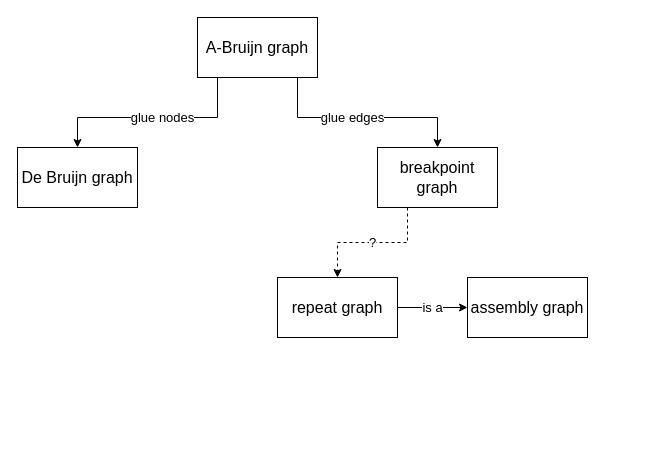
This is literature/further_information/plot_explanations.drawio from LKress/ASA, a draw.io file, before an edit. Source tidied: cells renumbered, new cells numbered last; positions are measured from the earlier drawing's top-left corner, leaving out a move shared by most shapes. Both pictures are drawn from the tidied source at 100%, with x=0, y=0 at pixel (17, 17).
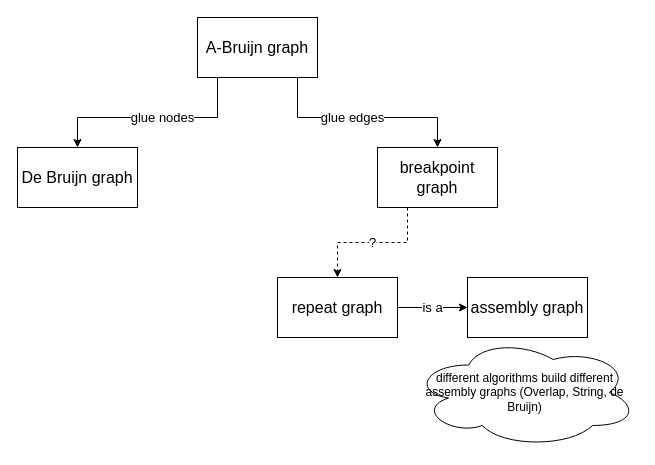
After the change.

Diff of the diagram source:
```diff
@@
 <mxGraphModel>
   <root>
     <mxCell id="0" />
     <mxCell id="1" parent="0" />
     <mxCell id="2" value="glue nodes" style="edgeStyle=orthogonalEdgeStyle;rounded=0;jettySize=auto;html=1;exitX=0;exitY=1;exitDx=0;exitDy=0;fontSize=13;" parent="1" edge="1" source="4" target="5">
       <mxGeometry relative="1" as="geometry">
         <Array as="points">
           <mxPoint x="200" y="60" />
           <mxPoint x="200" y="100" />
           <mxPoint x="60" y="100" />
         </Array>
       </mxGeometry>
     </mxCell>
     <mxCell id="3" value="glue edges" style="edgeStyle=orthogonalEdgeStyle;rounded=0;jettySize=auto;html=1;exitX=1;exitY=1;exitDx=0;exitDy=0;fontSize=13;" parent="1" edge="1" source="4" target="8">
       <mxGeometry relative="1" as="geometry">
         <Array as="points">
           <mxPoint x="280" y="60" />
           <mxPoint x="280" y="100" />
           <mxPoint x="420" y="100" />
         </Array>
       </mxGeometry>
     </mxCell>
     <mxCell id="4" value="A-Bruijn graph" style="rounded=0;whiteSpace=wrap;html=1;fontSize=16;" parent="1" vertex="1">
       <mxGeometry x="180" width="120" height="60" as="geometry" />
     </mxCell>
     <mxCell id="5" value="De Bruijn graph" style="rounded=0;whiteSpace=wrap;html=1;fontSize=16;" parent="1" vertex="1">
       <mxGeometry y="130" width="120" height="60" as="geometry" />
     </mxCell>
     <mxCell id="6" style="edgeStyle=orthogonalEdgeStyle;rounded=0;jettySize=auto;html=1;exitX=0.25;exitY=1;exitDx=0;exitDy=0;entryX=0.75;entryY=0;entryDx=0;entryDy=0;jumpStyle=gap;strokeColor=none;fontSize=13;" parent="1" edge="1" source="8" target="11">
       <mxGeometry relative="1" as="geometry" />
     </mxCell>
     <mxCell id="7" value="?" style="edgeStyle=orthogonalEdgeStyle;rounded=0;jumpStyle=gap;jettySize=auto;html=1;exitX=0.25;exitY=1;exitDx=0;exitDy=0;dashed=1;fontSize=13;" parent="1" edge="1" source="8" target="10">
       <mxGeometry relative="1" as="geometry" />
     </mxCell>
     <mxCell id="8" value="breakpoint graph" style="rounded=0;whiteSpace=wrap;html=1;fontSize=16;" parent="1" vertex="1">
       <mxGeometry x="360" y="130" width="120" height="60" as="geometry" />
     </mxCell>
     <mxCell id="9" value="is a" style="edgeStyle=orthogonalEdgeStyle;rounded=0;jettySize=auto;html=1;exitX=1;exitY=0.5;exitDx=0;exitDy=0;fontSize=13;" parent="1" edge="1" source="10" target="11">
       <mxGeometry relative="1" as="geometry" />
     </mxCell>
     <mxCell id="10" value="repeat graph" style="rounded=0;whiteSpace=wrap;html=1;fontSize=16;" parent="1" vertex="1">
       <mxGeometry x="260" y="260" width="120" height="60" as="geometry" />
     </mxCell>
     <mxCell id="11" value="assembly graph" style="rounded=0;whiteSpace=wrap;html=1;fontSize=16;" parent="1" vertex="1">
       <mxGeometry x="450" y="260" width="120" height="60" as="geometry" />
     </mxCell>
+    <mxCell id="12" value="different algorithms build different assembly graphs (Overlap, String, de Bruijn)" style="ellipse;shape=cloud;whiteSpace=wrap;html=1;" parent="1" vertex="1">
+      <mxGeometry x="395" y="320" width="225" height="110" as="geometry" />
+    </mxCell>
   </root>
 </mxGraphModel>
```
